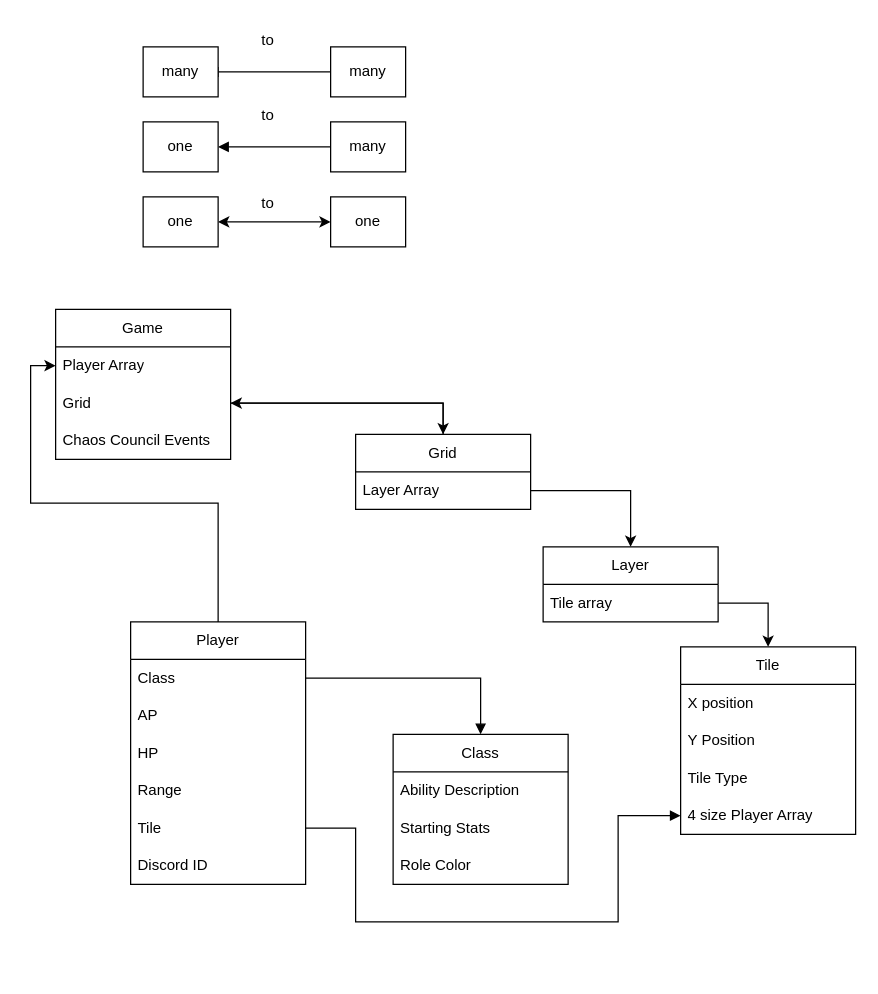
Before: Discord Bot Studio Attempt/BotFiles/gridResources/legacyDataFlow.drawio in SnageTheSnakeMage/discordLegacyBot, a draw.io diagram. Source tidied: cells renumbered, new cells numbered last; positions are measured from the earlier drawing's top-left corner, leaving out a move shared by most shapes. Both pictures are drawn from the tidied source at 125%, with x=0, y=0 at pixel (30, 21).
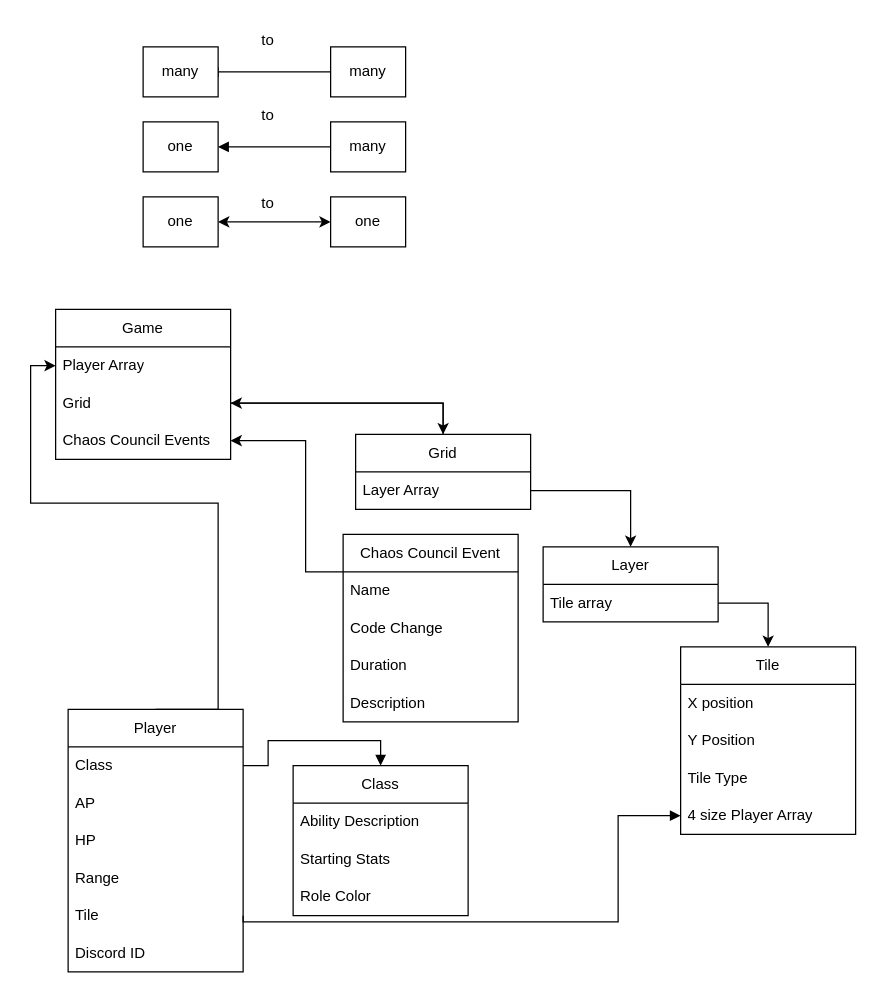
The same diagram, later.

The change refers to these unchanged cells:
```xml
<mxCell id="5" value="Chaos Council Events" style="text;strokeColor=none;fillColor=none;align=left;verticalAlign=middle;spacingLeft=4;spacingRight=4;overflow=hidden;points=[[0,0.5],[1,0.5]];portConstraint=eastwest;whiteSpace=wrap;html=1;" parent="2" vertex="1">
  <mxGeometry y="90" width="140" height="30" as="geometry" />
</mxCell>
<mxCell id="15" value="4 size Player Array" style="text;strokeColor=none;fillColor=none;align=left;verticalAlign=middle;spacingLeft=4;spacingRight=4;overflow=hidden;points=[[0,0.5],[1,0.5]];portConstraint=eastwest;whiteSpace=wrap;html=1;" parent="11" vertex="1">
  <mxGeometry y="120" width="140" height="30" as="geometry" />
</mxCell>
<mxCell id="36" value="Tile" style="text;strokeColor=none;fillColor=none;align=left;verticalAlign=middle;spacingLeft=4;spacingRight=4;overflow=hidden;points=[[0,0.5],[1,0.5]];portConstraint=eastwest;whiteSpace=wrap;html=1;" parent="31" vertex="1">
  <mxGeometry y="150" width="140" height="30" as="geometry" />
</mxCell>
```

The edit, as a diff of the source:
```diff
@@
     <mxCell id="31" value="Player" style="swimlane;fontStyle=0;horizontal=1;startSize=30;whiteSpace=wrap;html=1;" parent="1" vertex="1">
-      <mxGeometry x="80" y="480" width="140" height="210" as="geometry" />
+      <mxGeometry x="30" y="550" width="140" height="210" as="geometry" />
     </mxCell>
@@
     <mxCell id="39" style="edgeStyle=orthogonalEdgeStyle;rounded=0;jettySize=auto;html=1;entryX=1;entryY=0.5;entryDx=0;entryDy=0;endArrow=none;endFill=0;startArrow=block;startFill=1;" parent="1" edge="1" source="15" target="36">
       <mxGeometry relative="1" as="geometry">
         <Array as="points">
           <mxPoint x="470" y="635" />
           <mxPoint x="470" y="720" />
-          <mxPoint x="260" y="720" />
-          <mxPoint x="260" y="645" />
+          <mxPoint x="170" y="720" />
         </Array>
       </mxGeometry>
     </mxCell>
@@
     <mxCell id="41" value="Class" style="swimlane;fontStyle=0;horizontal=1;startSize=30;whiteSpace=wrap;html=1;" parent="1" vertex="1">
-      <mxGeometry x="290" y="570" width="140" height="120" as="geometry" />
+      <mxGeometry x="210" y="595" width="140" height="120" as="geometry" />
     </mxCell>
@@
+    <mxCell id="45" style="edgeStyle=orthogonalEdgeStyle;rounded=0;jettySize=auto;html=1;entryX=1;entryY=0.5;entryDx=0;entryDy=0;" parent="1" edge="1" source="46" target="5">
+      <mxGeometry relative="1" as="geometry">
+        <Array as="points">
+          <mxPoint x="220" y="440" />
+          <mxPoint x="220" y="335" />
+        </Array>
+      </mxGeometry>
+    </mxCell>
+    <mxCell id="46" value="Chaos Council Event" style="swimlane;fontStyle=0;horizontal=1;startSize=30;whiteSpace=wrap;html=1;" parent="1" vertex="1">
+      <mxGeometry x="250" y="410" width="140" height="150" as="geometry" />
+    </mxCell>
+    <mxCell id="47" value="Name" style="text;strokeColor=none;fillColor=none;align=left;verticalAlign=middle;spacingLeft=4;spacingRight=4;overflow=hidden;whiteSpace=wrap;html=1;" parent="46" vertex="1">
+      <mxGeometry y="30" width="140" height="30" as="geometry" />
+    </mxCell>
+    <mxCell id="48" value="Code Change" style="text;strokeColor=none;fillColor=none;align=left;verticalAlign=middle;spacingLeft=4;spacingRight=4;overflow=hidden;whiteSpace=wrap;html=1;" parent="46" vertex="1">
+      <mxGeometry y="60" width="140" height="30" as="geometry" />
+    </mxCell>
+    <mxCell id="49" value="Duration" style="text;strokeColor=none;fillColor=none;align=left;verticalAlign=middle;spacingLeft=4;spacingRight=4;overflow=hidden;whiteSpace=wrap;html=1;" parent="46" vertex="1">
+      <mxGeometry y="90" width="140" height="30" as="geometry" />
+    </mxCell>
+    <mxCell id="50" value="Description" style="text;strokeColor=none;fillColor=none;align=left;verticalAlign=middle;spacingLeft=4;spacingRight=4;overflow=hidden;whiteSpace=wrap;html=1;" parent="46" vertex="1">
+      <mxGeometry y="120" width="140" height="30" as="geometry" />
+    </mxCell>
```
